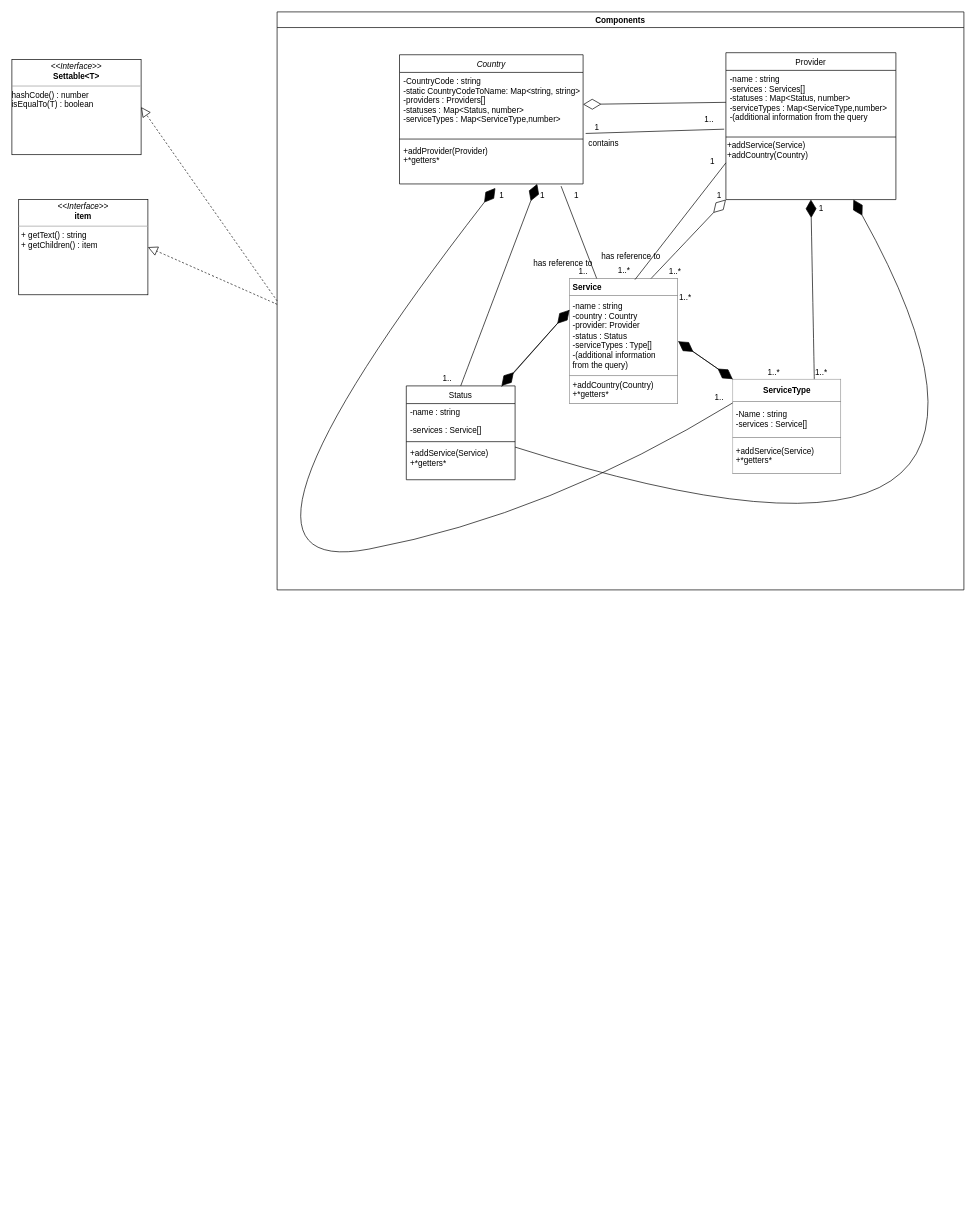
This is documentation/class model diagram.drawio from Geostartico/Trusted-list-browser, a draw.io file, before an edit. Source tidied: cells renumbered, new cells numbered last; positions are measured from the earlier drawing's top-left corner, leaving out a move shared by most shapes. Both pictures are drawn from the tidied source at 68%, with x=0, y=0 at pixel (12, 12).
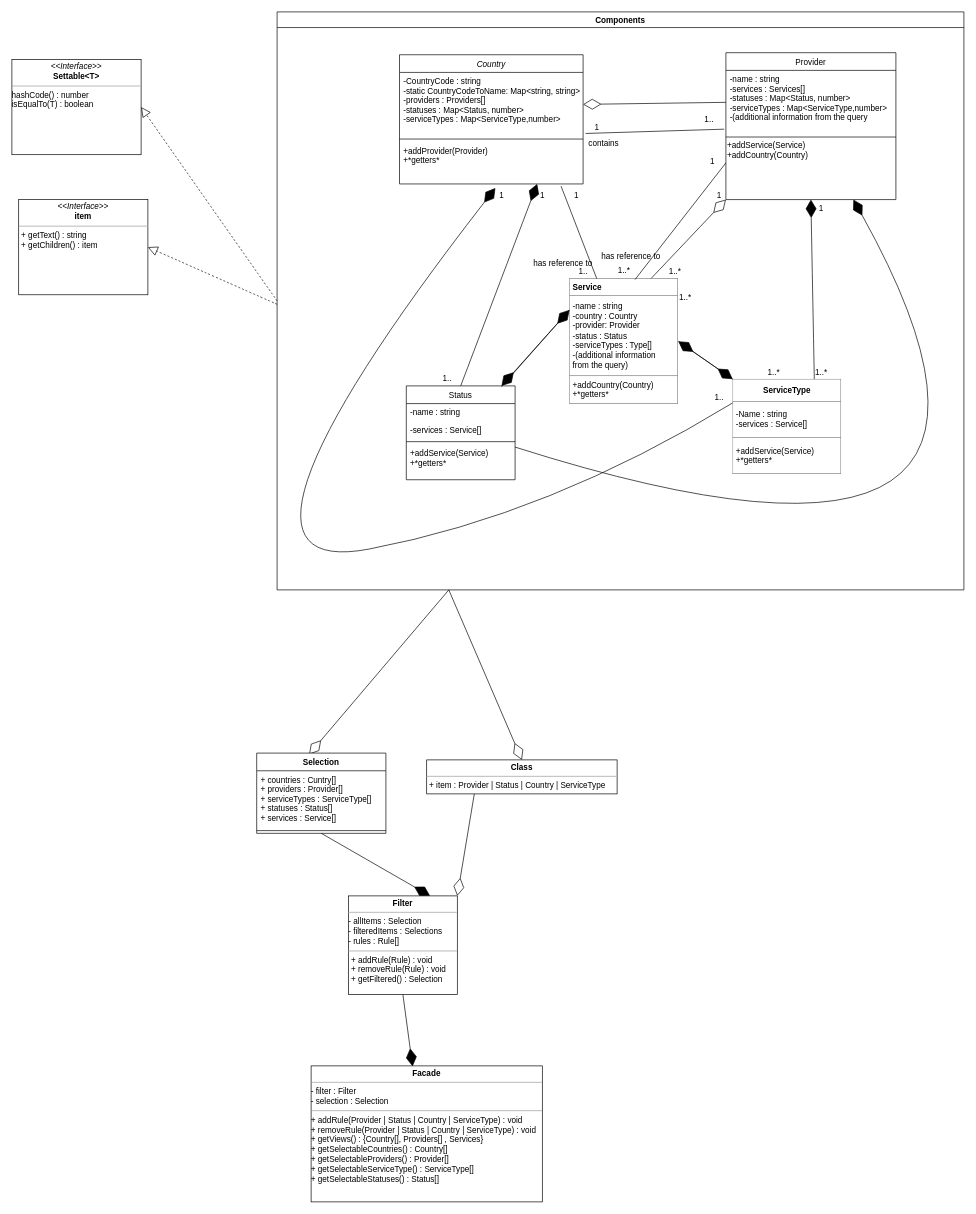
After the change.

The change refers to these unchanged cells:
```xml
<mxCell id="31" value="Components" style="swimlane;hachureGap=4;startSize=23;" parent="1" vertex="1">
  <mxGeometry x="390" width="1010" height="850" as="geometry" />
</mxCell>
```

The edit, as a diff of the source:
```diff
@@
+    <mxCell id="54" style="endArrow=diamondThin;endFill=0;endSize=24;html=1;rounded=0;sourcePerimeterSpacing=8;targetPerimeterSpacing=8;entryX=0.406;entryY=0.015;entryDx=0;entryDy=0;exitX=0.25;exitY=1;exitDx=0;exitDy=0;entryPerimeter=0;" parent="1" edge="1" source="31" target="55">
+      <mxGeometry relative="1" as="geometry" />
+    </mxCell>
+    <mxCell id="55" value="Selection" style="swimlane;fontStyle=1;align=center;verticalAlign=top;horizontal=1;startSize=26;hachureGap=4;" parent="1" vertex="1">
+      <mxGeometry x="360" y="1090" width="190" height="118" as="geometry" />
+    </mxCell>
+    <mxCell id="56" value="+ countries : Cuntry[]&#10;+ providers : Provider[]&#10;+ serviceTypes : ServiceType[]&#10;+ statuses : Status[]&#10;+ services : Service[]&#10;" style="text;strokeColor=none;fillColor=none;align=left;verticalAlign=top;spacingLeft=4;spacingRight=4;overflow=hidden;hachureGap=4;" parent="55" vertex="1">
+      <mxGeometry y="26" width="190" height="84" as="geometry" />
+    </mxCell>
+    <mxCell id="57" style="line;strokeWidth=1;fillColor=none;align=left;verticalAlign=middle;spacingTop=-1;spacingLeft=3;spacingRight=3;labelPosition=right;hachureGap=4;" parent="55" vertex="1">
+      <mxGeometry y="110" width="190" height="8" as="geometry" />
+    </mxCell>
+    <mxCell id="58" style="endArrow=diamondThin;endFill=1;endSize=24;html=1;rounded=0;sourcePerimeterSpacing=8;targetPerimeterSpacing=8;exitX=0.5;exitY=1;exitDx=0;exitDy=0;entryX=0.75;entryY=0;entryDx=0;entryDy=0;" parent="1" edge="1" source="55" target="59">
+      <mxGeometry relative="1" as="geometry" />
+    </mxCell>
+    <mxCell id="59" value="&lt;p style=&quot;margin:0px;margin-top:4px;text-align:center;&quot;&gt;&lt;b&gt;Filter&lt;/b&gt;&lt;br&gt;&lt;/p&gt;&lt;hr size=&quot;1&quot;&gt;&lt;div&gt;- allItems : Selection&lt;/div&gt;&lt;div&gt;- filteredItems : Selections&lt;/div&gt;&lt;div&gt;- rules : Rule[]&lt;br&gt;&lt;/div&gt;&lt;hr size=&quot;1&quot;&gt;&lt;p style=&quot;margin:0px;margin-left:4px;&quot;&gt;+ addRule(Rule) : void&lt;br&gt;&lt;/p&gt;&lt;p style=&quot;margin:0px;margin-left:4px;&quot;&gt;+ removeRule(Rule) : void&lt;/p&gt;&lt;p style=&quot;margin:0px;margin-left:4px;&quot;&gt;+ getFiltered() : Selection&lt;br&gt;&lt;/p&gt;" style="verticalAlign=top;align=left;overflow=fill;fontSize=12;fontFamily=Helvetica;html=1;hachureGap=4;" parent="1" vertex="1">
+      <mxGeometry x="495" y="1300" width="160" height="145" as="geometry" />
+    </mxCell>
+    <mxCell id="60" style="endArrow=diamondThin;endFill=0;endSize=24;html=1;rounded=0;sourcePerimeterSpacing=8;targetPerimeterSpacing=8;exitX=0.25;exitY=1;exitDx=0;exitDy=0;entryX=0.5;entryY=0;entryDx=0;entryDy=0;" parent="1" edge="1" source="31" target="61">
+      <mxGeometry relative="1" as="geometry" />
+    </mxCell>
+    <mxCell id="61" value="&lt;p style=&quot;margin:0px;margin-top:4px;text-align:center;&quot;&gt;&lt;b&gt;Class&lt;/b&gt;&lt;/p&gt;&lt;hr size=&quot;1&quot;&gt;&lt;p style=&quot;margin:0px;margin-left:4px;&quot;&gt;+ item : Provider | Status | Country | ServiceType&lt;br&gt;&lt;/p&gt;&lt;hr size=&quot;1&quot;&gt;" style="verticalAlign=top;align=left;overflow=fill;fontSize=12;fontFamily=Helvetica;html=1;hachureGap=4;" parent="1" vertex="1">
+      <mxGeometry x="610" y="1100" width="280" height="50" as="geometry" />
+    </mxCell>
+    <mxCell id="62" style="endArrow=diamondThin;endFill=0;endSize=24;html=1;rounded=0;sourcePerimeterSpacing=8;targetPerimeterSpacing=8;entryX=1;entryY=0;entryDx=0;entryDy=0;exitX=0.25;exitY=1;exitDx=0;exitDy=0;" parent="1" edge="1" source="61" target="59">
+      <mxGeometry relative="1" as="geometry" />
+    </mxCell>
+    <mxCell id="63" value="&lt;p style=&quot;margin:0px;margin-top:4px;text-align:center;&quot;&gt;&lt;b&gt;Facade&lt;/b&gt;&lt;br&gt;&lt;/p&gt;&lt;hr size=&quot;1&quot;&gt;&lt;div&gt;- filter : Filter&lt;/div&gt;&lt;div&gt;- selection : Selection&lt;br&gt;&lt;/div&gt;&lt;hr size=&quot;1&quot;&gt;&lt;div&gt;+ addRule(Provider | Status | Country | ServiceType) : void&lt;br&gt;&lt;/div&gt;&lt;div&gt;+ removeRule(Provider | Status | Country | ServiceType) : void&lt;br&gt;&lt;/div&gt;&lt;div&gt;+ getViews() : {Country[], Providers[] , Services}&lt;/div&gt;&lt;div&gt;+ getSelectableCountries() : Country[]&lt;/div&gt;&lt;div&gt;&lt;div&gt;+ getSelectableProviders() : Provider[]&lt;/div&gt;&lt;div&gt;&lt;div&gt;+ getSelectableServiceType() : ServiceType[]&lt;/div&gt;&lt;div&gt;&lt;div&gt;+ getSelectableStatuses() : Status[]&lt;/div&gt;&lt;/div&gt;&lt;/div&gt;&lt;/div&gt;&lt;div&gt;&lt;br&gt; &lt;/div&gt;&lt;div&gt;&lt;br&gt;&lt;/div&gt;" style="verticalAlign=top;align=left;overflow=fill;fontSize=12;fontFamily=Helvetica;html=1;hachureGap=4;" parent="1" vertex="1">
+      <mxGeometry x="440" y="1550" width="340" height="200" as="geometry" />
+    </mxCell>
+    <mxCell id="64" style="endArrow=diamondThin;endFill=1;endSize=24;html=1;rounded=0;sourcePerimeterSpacing=8;targetPerimeterSpacing=8;entryX=0.439;entryY=0.004;entryDx=0;entryDy=0;entryPerimeter=0;exitX=0.5;exitY=1;exitDx=0;exitDy=0;" parent="1" edge="1" source="59" target="63">
+      <mxGeometry relative="1" as="geometry" />
+    </mxCell>
```
